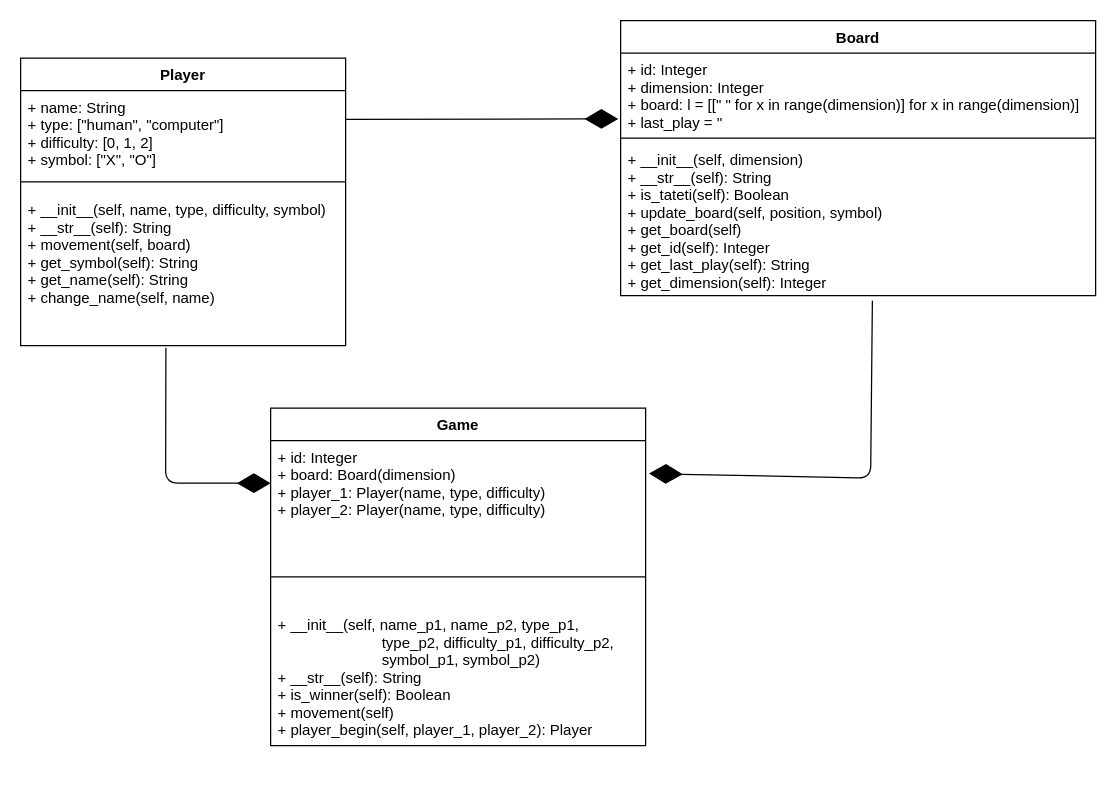
The draw.io diagram doc/tateti.drawio in joagonzalez/tateti, before the edit. Source tidied: cells renumbered, new cells numbered last; positions are measured from the earlier drawing's top-left corner, leaving out a move shared by most shapes. Both pictures are drawn from the tidied source at 125%, with x=0, y=0 at pixel (20, 20).
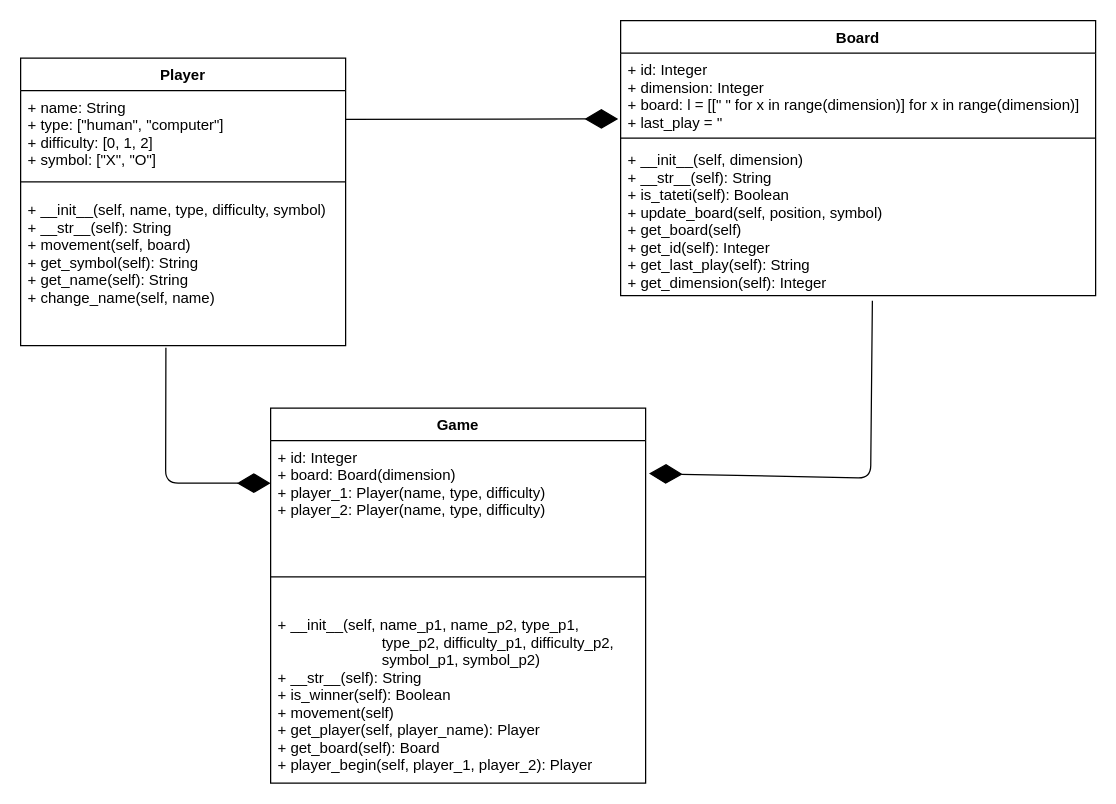
Above is the later version.

What changed in the source:
```diff
@@
     <mxCell id="10" value="Game" style="swimlane;fontStyle=1;align=center;verticalAlign=top;horizontal=1;startSize=26;" parent="1" vertex="1">
-      <mxGeometry x="200" y="310" width="300" height="270" as="geometry" />
+      <mxGeometry x="200" y="310" width="300" height="300" as="geometry" />
     </mxCell>
@@
-    <mxCell id="13" value="+ __init__(self, name_p1, name_p2, type_p1,&#10;                         type_p2, difficulty_p1, difficulty_p2,&#10;                         symbol_p1, symbol_p2)&#10;+ __str__(self): String&#10;+ is_winner(self): Boolean&#10;+ movement(self)&#10;+ player_begin(self, player_1, player_2): Player&#10;" style="text;strokeColor=none;fillColor=none;align=left;verticalAlign=top;spacingLeft=4;spacingRight=4;overflow=hidden;" parent="10" vertex="1">
-      <mxGeometry y="160" width="300" height="110" as="geometry" />
+    <mxCell id="13" value="+ __init__(self, name_p1, name_p2, type_p1,&#10;                         type_p2, difficulty_p1, difficulty_p2,&#10;                         symbol_p1, symbol_p2)&#10;+ __str__(self): String&#10;+ is_winner(self): Boolean&#10;+ movement(self)&#10;+ get_player(self, player_name): Player&#10;+ get_board(self): Board&#10;+ player_begin(self, player_1, player_2): Player&#10;" style="text;strokeColor=none;fillColor=none;align=left;verticalAlign=top;spacingLeft=4;spacingRight=4;overflow=hidden;" parent="10" vertex="1">
+      <mxGeometry y="160" width="300" height="140" as="geometry" />
     </mxCell>
```
